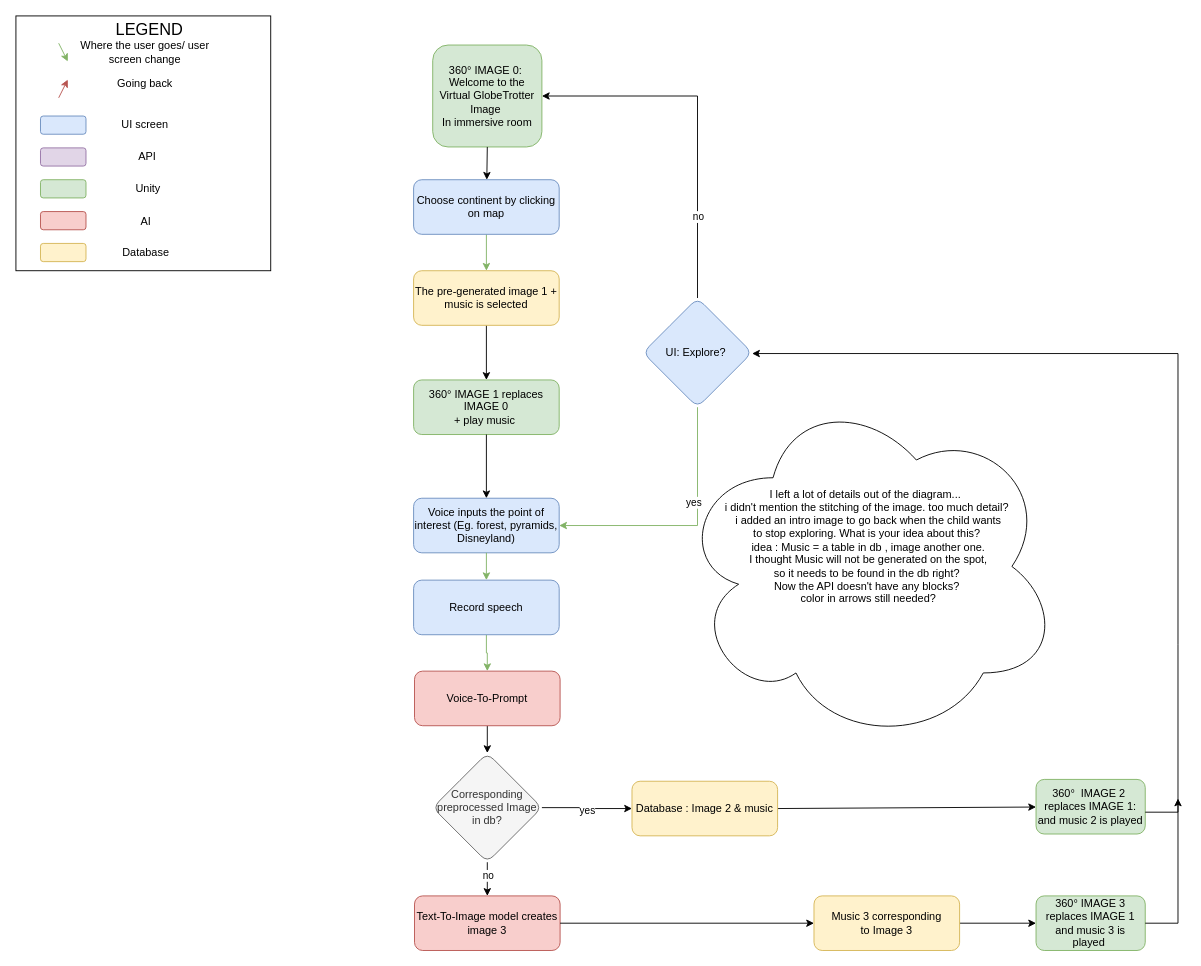
Above: Diagram/CombinedFlowChart.drawio in IsabelleDesle/VirtualGlobeTrotter (draw.io), before the change. Source tidied: cells renumbered, new cells numbered last; positions are measured from the earlier drawing's top-left corner, leaving out a move shared by most shapes. Both pictures are drawn from the tidied source at 91%, with x=0, y=0 at pixel (15, 15).
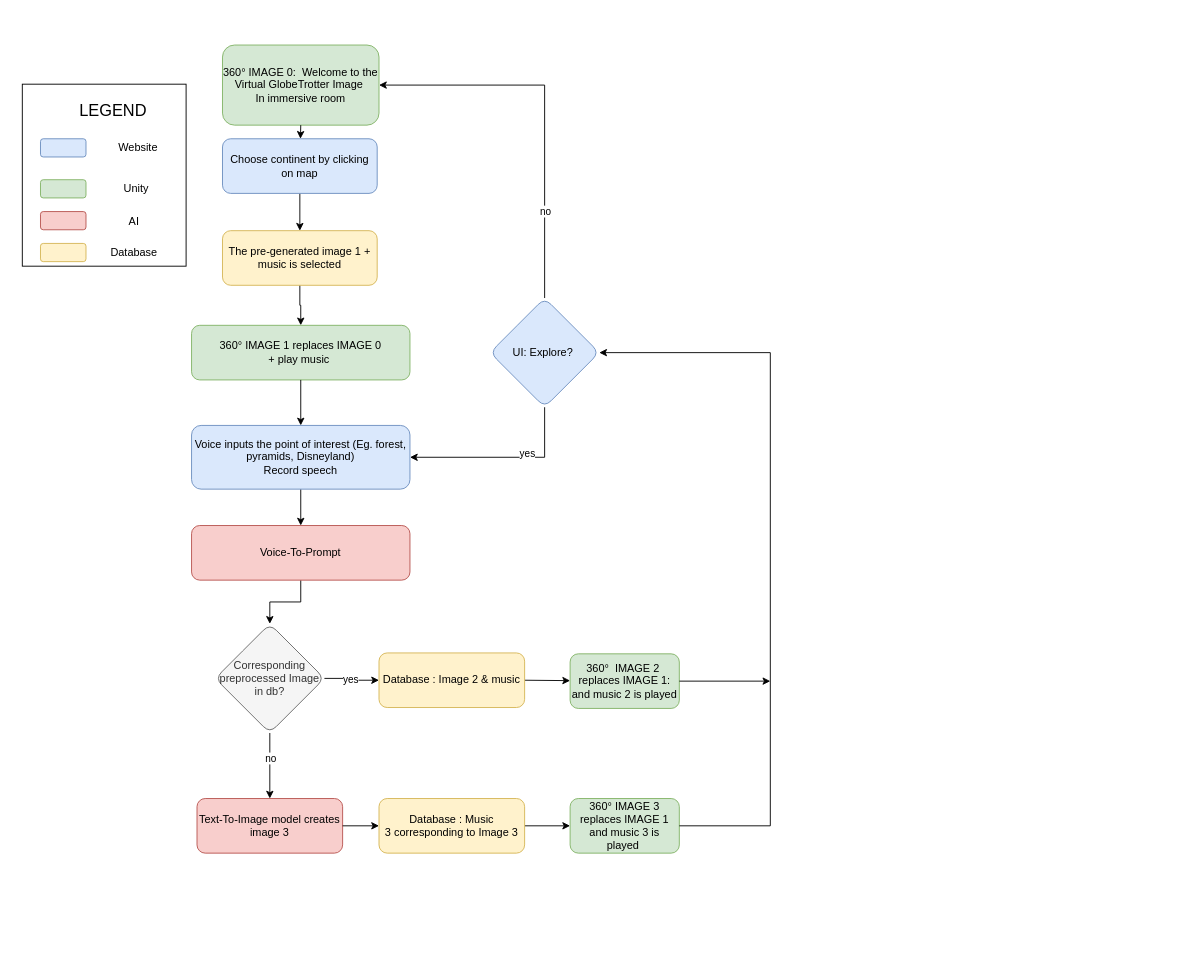
The same diagram, later.

What changed in the source:
```diff
@@
-    <mxCell id="2" style="edgeStyle=orthogonalEdgeStyle;rounded=0;jettySize=auto;html=1;fillColor=#d5e8d4;strokeColor=#82b366;" parent="1" edge="1" source="3" target="6">
+    <mxCell id="2" style="edgeStyle=orthogonalEdgeStyle;rounded=0;jettySize=auto;html=1;fillColor=#d5e8d4;strokeColor=#000000;" parent="1" edge="1" source="3" target="6">
       <mxGeometry relative="1" as="geometry" />
     </mxCell>
     <mxCell id="3" value="Choose continent by clicking on map" style="rounded=1;whiteSpace=wrap;html=1;fillColor=#dae8fc;strokeColor=#6c8ebf;" parent="1" vertex="1">
-      <mxGeometry x="437" y="180" width="160" height="60" as="geometry" />
+      <mxGeometry x="227" y="135" width="170" height="60" as="geometry" />
     </mxCell>
-    <mxCell id="4" style="edgeStyle=orthogonalEdgeStyle;rounded=0;jettySize=auto;html=1;exitX=0.5;exitY=1;exitDx=0;exitDy=0;fillColor=#d5e8d4;strokeColor=#82b366;entryX=0.5;entryY=0;entryDx=0;entryDy=0;" parent="1" edge="1" source="50" target="39">
+    <mxCell id="4" style="edgeStyle=orthogonalEdgeStyle;rounded=0;jettySize=auto;html=1;exitX=0.5;exitY=1;exitDx=0;exitDy=0;fillColor=#d5e8d4;strokeColor=#000000;entryX=0.5;entryY=0;entryDx=0;entryDy=0;" parent="1" edge="1" source="50" target="39">
       <mxGeometry relative="1" as="geometry" />
     </mxCell>
@@
     <mxCell id="6" value="&lt;div&gt;The pre-generated image 1 + music is selected&lt;/div&gt;" style="rounded=1;whiteSpace=wrap;html=1;fillColor=#fff2cc;strokeColor=#d6b656;" parent="1" vertex="1">
-      <mxGeometry x="437" y="280" width="160" height="60" as="geometry" />
+      <mxGeometry x="227" y="236" width="170" height="60" as="geometry" />
     </mxCell>
@@
-    <mxCell id="9" value="&lt;div&gt;Voice inputs the point of interest&amp;nbsp;&lt;span style=&quot;background-color: initial;&quot;&gt;(Eg. forest, pyramids, Disneyland)&lt;/span&gt;&lt;/div&gt;" style="rounded=1;whiteSpace=wrap;html=1;fillColor=#dae8fc;strokeColor=#6c8ebf;" parent="1" vertex="1">
-      <mxGeometry x="437" y="530" width="160" height="60" as="geometry" />
-    </mxCell>
@@
     <mxCell id="11" value="&lt;div&gt;Text-To-Image model creates image 3&lt;/div&gt;" style="rounded=1;whiteSpace=wrap;html=1;fillColor=#f8cecc;strokeColor=#b85450;" parent="1" vertex="1">
-      <mxGeometry x="438" y="967" width="160" height="60" as="geometry" />
+      <mxGeometry x="199" y="860" width="160" height="60" as="geometry" />
     </mxCell>
     <mxCell id="12" style="rounded=0;whiteSpace=wrap;html=1;" parent="1" vertex="1">
-      <mxGeometry width="280" height="280" as="geometry" />
+      <mxGeometry x="7" y="75" width="180" height="200" as="geometry" />
     </mxCell>
     <mxCell id="13" value="&lt;font style=&quot;font-size: 18px;&quot;&gt;LEGEND&lt;/font&gt;" style="text;html=1;align=center;verticalAlign=middle;whiteSpace=wrap;rounded=0;" parent="1" vertex="1">
-      <mxGeometry x="82" width="130" height="30" as="geometry" />
+      <mxGeometry x="42" y="90" width="130" height="30" as="geometry" />
     </mxCell>
-    <mxCell id="14" style="endArrow=classic;html=1;rounded=0;fillColor=#d5e8d4;strokeColor=#82b366;" parent="1" edge="1">
-      <mxGeometry relative="1" as="geometry">
-        <mxPoint x="47" y="30" as="sourcePoint" />
-        <mxPoint x="57" y="50" as="targetPoint" />
-      </mxGeometry>
-    </mxCell>
-    <mxCell id="15" value="Where the user goes/ user screen change" style="text;html=1;align=center;verticalAlign=middle;whiteSpace=wrap;rounded=0;" parent="1" vertex="1">
-      <mxGeometry x="67" y="25" width="150" height="30" as="geometry" />
-    </mxCell>
-    <mxCell id="16" style="endArrow=classic;html=1;rounded=0;fillColor=#f8cecc;strokeColor=#b85450;" parent="1" edge="1">
-      <mxGeometry relative="1" as="geometry">
-        <mxPoint x="47" y="90" as="sourcePoint" />
-        <mxPoint x="57" y="70" as="targetPoint" />
-      </mxGeometry>
-    </mxCell>
-    <mxCell id="17" value="Going back" style="text;html=1;align=center;verticalAlign=middle;whiteSpace=wrap;rounded=0;" parent="1" vertex="1">
-      <mxGeometry x="107" y="60" width="70" height="30" as="geometry" />
-    </mxCell>
     <mxCell id="18" style="rounded=1;whiteSpace=wrap;html=1;fillColor=#dae8fc;strokeColor=#6c8ebf;" parent="1" vertex="1">
-      <mxGeometry x="27" y="110" width="50" height="20" as="geometry" />
+      <mxGeometry x="27" y="135" width="50" height="20" as="geometry" />
     </mxCell>
-    <mxCell id="19" value="UI screen" style="text;html=1;align=center;verticalAlign=middle;whiteSpace=wrap;rounded=0;" parent="1" vertex="1">
-      <mxGeometry x="112" y="105" width="60" height="30" as="geometry" />
+    <mxCell id="19" value="Website" style="text;html=1;align=center;verticalAlign=middle;whiteSpace=wrap;rounded=0;" parent="1" vertex="1">
+      <mxGeometry x="97" y="130" width="75" height="30" as="geometry" />
     </mxCell>
-    <mxCell id="20" style="rounded=1;whiteSpace=wrap;html=1;fillColor=#e1d5e7;strokeColor=#9673a6;" parent="1" vertex="1">
-      <mxGeometry x="27" y="145" width="50" height="20" as="geometry" />
-    </mxCell>
-    <mxCell id="21" value="API" style="text;html=1;align=center;verticalAlign=middle;whiteSpace=wrap;rounded=0;" parent="1" vertex="1">
-      <mxGeometry x="112" y="140" width="65" height="30" as="geometry" />
-    </mxCell>
@@
     <mxCell id="23" value="Unity" style="text;html=1;align=center;verticalAlign=middle;whiteSpace=wrap;rounded=0;" parent="1" vertex="1">
-      <mxGeometry x="98" y="175" width="95" height="30" as="geometry" />
+      <mxGeometry x="98" y="175" width="69" height="30" as="geometry" />
     </mxCell>
@@
     <mxCell id="25" value="AI" style="whiteSpace=wrap;html=1;strokeColor=none;" parent="1" vertex="1">
-      <mxGeometry x="83" y="216" width="120" height="20" as="geometry" />
+      <mxGeometry x="83" y="216" width="94" height="20" as="geometry" />
     </mxCell>
@@
     <mxCell id="27" value="Database" style="whiteSpace=wrap;html=1;strokeColor=none;" parent="1" vertex="1">
-      <mxGeometry x="83" y="250" width="120" height="20" as="geometry" />
+      <mxGeometry x="83" y="250" width="94" height="20" as="geometry" />
     </mxCell>
     <mxCell id="28" value="360° IMAGE 1 replaces IMAGE 0&lt;br&gt;+ play music&amp;nbsp;" style="whiteSpace=wrap;html=1;fillColor=#d5e8d4;strokeColor=#82b366;rounded=1;" parent="1" vertex="1">
-      <mxGeometry x="437" y="400" width="160" height="60" as="geometry" />
+      <mxGeometry x="193" y="340" width="240" height="60" as="geometry" />
     </mxCell>
@@
     <mxCell id="31" value="Corresponding preprocessed Image in db?" style="rhombus;whiteSpace=wrap;html=1;fillColor=#f5f5f5;strokeColor=#666666;rounded=1;fontColor=#333333;" parent="1" vertex="1">
-      <mxGeometry x="458" y="810" width="120" height="120" as="geometry" />
+      <mxGeometry x="219" y="668" width="120" height="120" as="geometry" />
     </mxCell>
     <mxCell id="32" value="360°&amp;nbsp; IMAGE 2&amp;nbsp;&lt;br&gt;replaces IMAGE 1: and music 2 is played" style="whiteSpace=wrap;html=1;fillColor=#d5e8d4;strokeColor=#82b366;rounded=1;" parent="1" vertex="1">
-      <mxGeometry x="1121" y="839" width="120" height="60" as="geometry" />
+      <mxGeometry x="609" y="701" width="120" height="60" as="geometry" />
     </mxCell>
@@
     <mxCell id="34" value="360° IMAGE 3&lt;br&gt;replaces IMAGE 1 and music 3 is played&amp;nbsp;" style="whiteSpace=wrap;html=1;fillColor=#d5e8d4;strokeColor=#82b366;rounded=1;" parent="1" vertex="1">
-      <mxGeometry x="1121" y="967" width="120" height="60" as="geometry" />
+      <mxGeometry x="609" y="860" width="120" height="60" as="geometry" />
     </mxCell>
     <mxCell id="35" value="UI: Explore?&amp;nbsp;" style="rhombus;whiteSpace=wrap;html=1;fillColor=#dae8fc;strokeColor=#6c8ebf;rounded=1;" parent="1" vertex="1">
-      <mxGeometry x="689" y="310" width="120" height="120" as="geometry" />
+      <mxGeometry x="521" y="310" width="120" height="120" as="geometry" />
     </mxCell>
-    <mxCell id="36" style="edgeStyle=orthogonalEdgeStyle;rounded=0;jettySize=auto;html=1;exitX=0.5;exitY=1;exitDx=0;exitDy=0;fillColor=#d5e8d4;strokeColor=#82b366;entryX=1;entryY=0.5;entryDx=0;entryDy=0;" parent="1" edge="1" source="35" target="9">
+    <mxCell id="36" style="edgeStyle=orthogonalEdgeStyle;rounded=0;jettySize=auto;html=1;exitX=0.5;exitY=1;exitDx=0;exitDy=0;fillColor=#d5e8d4;strokeColor=#000000;entryX=1;entryY=0.5;entryDx=0;entryDy=0;" parent="1" edge="1" source="35" target="50">
       <mxGeometry relative="1" as="geometry" />
     </mxCell>
@@
     <mxCell id="39" value="Voice-To-Prompt" style="rounded=1;whiteSpace=wrap;html=1;fillColor=#f8cecc;strokeColor=#b85450;" parent="1" vertex="1">
-      <mxGeometry x="438" y="720" width="160" height="60" as="geometry" />
+      <mxGeometry x="193" y="560" width="240" height="60" as="geometry" />
     </mxCell>
     <mxCell id="40" value="&lt;div&gt;Database : Image 2 &amp;amp; music&lt;/div&gt;" style="rounded=1;whiteSpace=wrap;html=1;fillColor=#fff2cc;strokeColor=#d6b656;" parent="1" vertex="1">
-      <mxGeometry x="677" y="841" width="160" height="60" as="geometry" />
+      <mxGeometry x="399" y="700" width="160" height="60" as="geometry" />
     </mxCell>
@@
-    <mxCell id="42" value="&lt;div&gt;M&lt;span style=&quot;background-color: initial;&quot;&gt;usic 3&lt;/span&gt;&lt;span style=&quot;background-color: initial;&quot;&gt;&amp;nbsp;&lt;/span&gt;&lt;span style=&quot;background-color: initial;&quot;&gt;corresponding to&amp;nbsp;&lt;/span&gt;&lt;span style=&quot;background-color: initial;&quot;&gt;Image 3&lt;/span&gt;&lt;/div&gt;" style="rounded=1;whiteSpace=wrap;html=1;fillColor=#fff2cc;strokeColor=#d6b656;" parent="1" vertex="1">
-      <mxGeometry x="877" y="967" width="160" height="60" as="geometry" />
+    <mxCell id="42" value="&lt;div&gt;Database : M&lt;span style=&quot;background-color: initial;&quot;&gt;usic 3&lt;/span&gt;&lt;span style=&quot;background-color: initial;&quot;&gt;&amp;nbsp;&lt;/span&gt;&lt;span style=&quot;background-color: initial;&quot;&gt;corresponding to&amp;nbsp;&lt;/span&gt;&lt;span style=&quot;background-color: initial;&quot;&gt;Image 3&lt;/span&gt;&lt;/div&gt;" style="rounded=1;whiteSpace=wrap;html=1;fillColor=#fff2cc;strokeColor=#d6b656;" parent="1" vertex="1">
+      <mxGeometry x="399" y="860" width="160" height="60" as="geometry" />
     </mxCell>
-    <mxCell id="43" style="endArrow=classic;html=1;rounded=0;exitX=1;exitY=0.5;exitDx=0;exitDy=0;entryX=1;entryY=0.5;entryDx=0;entryDy=0;" parent="1" edge="1">
-      <mxGeometry relative="1" as="geometry">
-        <mxPoint x="1241" y="875" as="sourcePoint" />
-        <mxPoint x="809" y="371" as="targetPoint" />
-        <Array as="points">
-          <mxPoint x="1277" y="875" />
-          <mxPoint x="1277" y="691" />
-          <mxPoint x="1277" y="371" />
-        </Array>
-      </mxGeometry>
-    </mxCell>
-    <mxCell id="44" style="endArrow=classic;html=1;rounded=0;exitX=1;exitY=0.5;exitDx=0;exitDy=0;" parent="1" edge="1" source="34">
+    <mxCell id="44" style="endArrow=classic;html=1;rounded=0;exitX=1;exitY=0.5;exitDx=0;exitDy=0;entryX=1;entryY=0.5;entryDx=0;entryDy=0;" parent="1" edge="1" source="34" target="35">
       <mxGeometry relative="1" as="geometry">
-        <mxPoint x="1277" y="860" as="targetPoint" />
         <Array as="points">
-          <mxPoint x="1277" y="997" />
+          <mxPoint x="829" y="890" />
+          <mxPoint x="829" y="370" />
         </Array>
       </mxGeometry>
     </mxCell>
     <mxCell id="45" value="360° IMAGE 0:&amp;nbsp; Welcome to the Virtual GlobeTrotter Image&amp;nbsp;&lt;br&gt;In immersive room" style="whiteSpace=wrap;html=1;fillColor=#d5e8d4;strokeColor=#82b366;rounded=1;" parent="1" vertex="1">
-      <mxGeometry x="458" y="32" width="120" height="112" as="geometry" />
+      <mxGeometry x="227" y="32" width="172" height="88" as="geometry" />
     </mxCell>
@@
-    <mxCell id="47" value="I left a lot of details out of the diagram...&amp;nbsp;&lt;span style=&quot;background-color: initial;&quot;&gt;&amp;nbsp;&lt;/span&gt;&lt;div&gt;i didn't mention the stitching of the image. too much detail?&amp;nbsp;&lt;br&gt;i added an intro image to go back when the child wants &lt;br&gt;to stop exploring. What is your idea about this?&amp;nbsp;&lt;br&gt;idea : Music = a table in db , image another one. &lt;br&gt;I thought Music&amp;nbsp;will not be generated on the spot, &lt;br&gt;so it needs to be found in the db right?&amp;nbsp;&lt;br&gt;Now the API doesn't have any blocks?&amp;nbsp;&lt;br&gt;color in arrows still needed?&lt;br&gt;&lt;div&gt;&amp;nbsp;&lt;br&gt;&lt;br&gt;&lt;div&gt;&lt;br&gt;&lt;/div&gt;&lt;/div&gt;&lt;/div&gt;" style="ellipse;shape=cloud;whiteSpace=wrap;html=1;" parent="1" vertex="1">
-      <mxGeometry x="727" y="410" width="420" height="390" as="geometry" />
-    </mxCell>
-    <mxCell id="48" style="endArrow=classic;html=1;rounded=0;exitX=0.5;exitY=1;exitDx=0;exitDy=0;entryX=0.5;entryY=0;entryDx=0;entryDy=0;" parent="1" edge="1" source="28" target="9">
+    <mxCell id="48" style="endArrow=classic;html=1;rounded=0;exitX=0.5;exitY=1;exitDx=0;exitDy=0;entryX=0.5;entryY=0;entryDx=0;entryDy=0;" parent="1" edge="1" source="28" target="50">
       <mxGeometry relative="1" as="geometry" />
     </mxCell>
-    <mxCell id="49" style="edgeStyle=orthogonalEdgeStyle;rounded=0;jettySize=auto;html=1;exitX=0.5;exitY=1;exitDx=0;exitDy=0;fillColor=#d5e8d4;strokeColor=#82b366;entryX=0.5;entryY=0;entryDx=0;entryDy=0;" parent="1" edge="1" source="9" target="50">
-      <mxGeometry relative="1" as="geometry" />
-    </mxCell>
-    <mxCell id="50" value="Record speech" style="rounded=1;whiteSpace=wrap;html=1;fillColor=#dae8fc;strokeColor=#6c8ebf;" parent="1" vertex="1">
-      <mxGeometry x="437" y="620" width="160" height="60" as="geometry" />
+    <mxCell id="50" value="Voice inputs the point of interest&amp;nbsp;&lt;span style=&quot;background-color: initial;&quot;&gt;(Eg. forest, pyramids, Disneyland)&lt;br&gt;&lt;/span&gt;Record speech" style="rounded=1;whiteSpace=wrap;html=1;fillColor=#dae8fc;strokeColor=#6c8ebf;" parent="1" vertex="1">
+      <mxGeometry x="193" y="450" width="240" height="70" as="geometry" />
     </mxCell>
     <mxCell id="51" style="endArrow=classic;html=1;rounded=0;exitX=0.5;exitY=0;exitDx=0;exitDy=0;entryX=1;entryY=0.5;entryDx=0;entryDy=0;" parent="1" edge="1" source="35" target="45">
       <mxGeometry relative="1" as="geometry">
         <Array as="points">
-          <mxPoint x="749" y="88" />
+          <mxPoint x="581" y="76" />
         </Array>
       </mxGeometry>
     </mxCell>
@@
+    <mxCell id="53" style="endArrow=classic;html=1;rounded=0;exitX=1;exitY=0.5;exitDx=0;exitDy=0;" parent="1" edge="1" source="32">
+      <mxGeometry relative="1" as="geometry">
+        <mxPoint x="829" y="731" as="targetPoint" />
+      </mxGeometry>
+    </mxCell>
```
